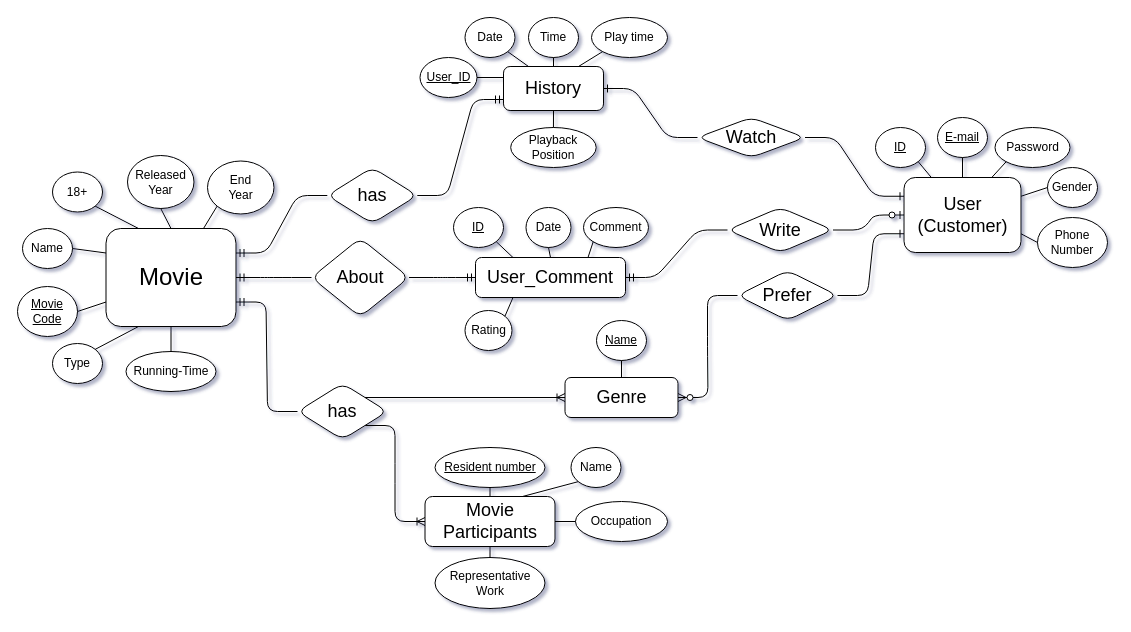
Above: Assignment1_ER_Modeling/Movie.drawio in hjpark83/DBMS (draw.io), before the change. Source tidied: cells renumbered, new cells numbered last; positions are measured from the earlier drawing's top-left corner, leaving out a move shared by most shapes. Both pictures are drawn from the tidied source at 100%, with x=0, y=0 at pixel (17, 17).
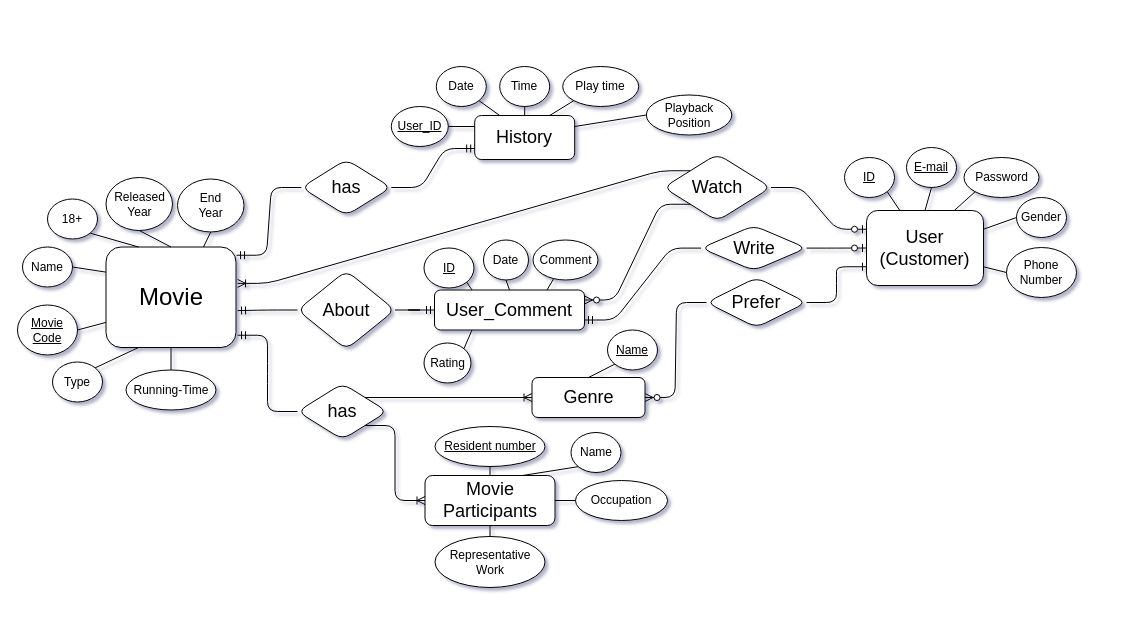
After the change.

The change refers to these unchanged cells:
```xml
<mxCell id="60" value="&lt;font style=&quot;font-size: 18px;&quot;&gt;has&lt;/font&gt;" style="shape=rhombus;perimeter=rhombusPerimeter;whiteSpace=wrap;html=1;align=center;rounded=1;" parent="1" vertex="1">
  <mxGeometry x="280" y="366" width="90" height="56" as="geometry" />
</mxCell>
```

Change to the diagram source:
```diff
@@
     <mxCell id="2" value="Type" style="ellipse;whiteSpace=wrap;html=1;align=center;rounded=1;" parent="1" vertex="1">
-      <mxGeometry x="35" y="326" width="50" height="40" as="geometry" />
+      <mxGeometry x="35" y="344.5" width="50" height="40" as="geometry" />
     </mxCell>
     <mxCell id="3" value="&lt;span style=&quot;font-size: 18px;&quot;&gt;User&lt;br&gt;(Customer)&lt;/span&gt;" style="whiteSpace=wrap;html=1;align=center;rounded=1;" parent="1" vertex="1">
-      <mxGeometry x="886.5" y="160" width="117" height="75" as="geometry" />
+      <mxGeometry x="849" y="193" width="117" height="75" as="geometry" />
     </mxCell>
     <mxCell id="4" value="&lt;font style=&quot;font-size: 18px;&quot;&gt;Movie Participants&lt;/font&gt;" style="whiteSpace=wrap;html=1;align=center;rounded=1;" parent="1" vertex="1">
-      <mxGeometry x="407.5" y="479" width="130" height="50" as="geometry" />
+      <mxGeometry x="407.5" y="458" width="130" height="50" as="geometry" />
     </mxCell>
     <mxCell id="5" value="&lt;u&gt;ID&lt;/u&gt;" style="ellipse;whiteSpace=wrap;html=1;align=center;rounded=1;" parent="1" vertex="1">
-      <mxGeometry x="858" y="110" width="50" height="40" as="geometry" />
+      <mxGeometry x="827" y="140" width="50" height="40" as="geometry" />
     </mxCell>
@@
     <mxCell id="7" value="&lt;u&gt;E-mail&lt;/u&gt;" style="ellipse;whiteSpace=wrap;html=1;align=center;rounded=1;" parent="1" vertex="1">
-      <mxGeometry x="920" y="100" width="50" height="40" as="geometry" />
+      <mxGeometry x="889" y="130" width="50" height="40" as="geometry" />
     </mxCell>
@@
     <mxCell id="9" value="Password" style="ellipse;whiteSpace=wrap;html=1;align=center;rounded=1;" parent="1" vertex="1">
-      <mxGeometry x="977.5" y="110" width="75" height="40" as="geometry" />
+      <mxGeometry x="946.5" y="140" width="75" height="40" as="geometry" />
     </mxCell>
@@
     <mxCell id="11" value="Gender" style="ellipse;whiteSpace=wrap;html=1;align=center;rounded=1;" parent="1" vertex="1">
-      <mxGeometry x="1030" y="150" width="50" height="40" as="geometry" />
+      <mxGeometry x="999" y="180" width="50" height="40" as="geometry" />
     </mxCell>
@@
     <mxCell id="13" value="Phone Number" style="ellipse;whiteSpace=wrap;html=1;align=center;rounded=1;" parent="1" vertex="1">
-      <mxGeometry x="1020" y="200" width="70" height="50" as="geometry" />
+      <mxGeometry x="989" y="230" width="70" height="50" as="geometry" />
     </mxCell>
@@
     <mxCell id="15" value="Name" style="ellipse;whiteSpace=wrap;html=1;align=center;rounded=1;" parent="1" vertex="1">
-      <mxGeometry x="5" y="211" width="50" height="40" as="geometry" />
+      <mxGeometry x="5" y="229.5" width="50" height="40" as="geometry" />
     </mxCell>
     <mxCell id="16" value="Running-Time" style="ellipse;whiteSpace=wrap;html=1;align=center;rounded=1;" parent="1" vertex="1">
-      <mxGeometry x="108.5" y="334" width="90" height="40" as="geometry" />
+      <mxGeometry x="108.5" y="352.5" width="90" height="40" as="geometry" />
     </mxCell>
     <mxCell id="17" value="Released&lt;br&gt;Year" style="ellipse;whiteSpace=wrap;html=1;align=center;rounded=1;" parent="1" vertex="1">
-      <mxGeometry x="110" y="138" width="66.5" height="53" as="geometry" />
+      <mxGeometry x="88.5" y="160" width="66.5" height="53" as="geometry" />
     </mxCell>
     <mxCell id="18" value="18+" style="ellipse;whiteSpace=wrap;html=1;align=center;rounded=1;" parent="1" vertex="1">
-      <mxGeometry x="35" y="154.5" width="50" height="40" as="geometry" />
+      <mxGeometry x="30" y="181.5" width="50" height="40" as="geometry" />
     </mxCell>
     <mxCell id="19" value="&lt;font style=&quot;font-size: 24px;&quot;&gt;Movie&lt;/font&gt;" style="whiteSpace=wrap;html=1;align=center;rounded=1;" parent="1" vertex="1">
-      <mxGeometry x="88.5" y="211" width="130" height="98" as="geometry" />
+      <mxGeometry x="88.5" y="229.5" width="130" height="100.5" as="geometry" />
     </mxCell>
     <mxCell id="20" value="&lt;font style=&quot;font-size: 18px;&quot;&gt;Prefer&lt;/font&gt;" style="shape=rhombus;perimeter=rhombusPerimeter;whiteSpace=wrap;html=1;align=center;rounded=1;" parent="1" vertex="1">
-      <mxGeometry x="720" y="253" width="100" height="50" as="geometry" />
+      <mxGeometry x="689" y="260" width="100" height="50" as="geometry" />
     </mxCell>
     <mxCell id="21" value="&lt;font style=&quot;font-size: 18px;&quot;&gt;User_Comment&lt;/font&gt;" style="whiteSpace=wrap;html=1;align=center;rounded=1;" parent="1" vertex="1">
-      <mxGeometry x="458" y="240" width="150" height="40" as="geometry" />
+      <mxGeometry x="417" y="272.5" width="150" height="40" as="geometry" />
     </mxCell>
     <mxCell id="22" value="Rating" style="ellipse;whiteSpace=wrap;html=1;align=center;rounded=1;" parent="1" vertex="1">
-      <mxGeometry x="447.5" y="293" width="47" height="40" as="geometry" />
+      <mxGeometry x="406.5" y="325.5" width="47" height="40" as="geometry" />
     </mxCell>
     <mxCell id="23" value="&lt;u&gt;ID&lt;/u&gt;" style="ellipse;whiteSpace=wrap;html=1;align=center;rounded=1;" parent="1" vertex="1">
-      <mxGeometry x="436" y="190" width="50" height="40" as="geometry" />
+      <mxGeometry x="406.5" y="230.5" width="50" height="40" as="geometry" />
     </mxCell>
     <mxCell id="24" value="&lt;u&gt;Movie&lt;br&gt;Code&lt;/u&gt;" style="ellipse;whiteSpace=wrap;html=1;align=center;rounded=1;" parent="1" vertex="1">
-      <mxGeometry y="269" width="60" height="50" as="geometry" />
+      <mxGeometry y="287.5" width="60" height="50" as="geometry" />
     </mxCell>
@@
     <mxCell id="31" value="Date" style="ellipse;whiteSpace=wrap;html=1;align=center;rounded=1;" parent="1" vertex="1">
-      <mxGeometry x="508.5" y="190" width="45" height="40" as="geometry" />
+      <mxGeometry x="466" y="222.5" width="45" height="40" as="geometry" />
     </mxCell>
     <mxCell id="32" value="Comment" style="ellipse;whiteSpace=wrap;html=1;align=center;rounded=1;" parent="1" vertex="1">
-      <mxGeometry x="566" y="190" width="65" height="40" as="geometry" />
+      <mxGeometry x="515.5" y="222.5" width="65" height="40" as="geometry" />
     </mxCell>
@@
-    <mxCell id="36" style="endArrow=none;html=1;rounded=1;entryX=0;entryY=1;entryDx=0;entryDy=0;exitX=0.75;exitY=0;exitDx=0;exitDy=0;" parent="1" edge="1" source="21" target="32">
+    <mxCell id="36" style="endArrow=none;html=1;rounded=1;exitX=0.75;exitY=0;exitDx=0;exitDy=0;entryX=0.315;entryY=0.975;entryDx=0;entryDy=0;entryPerimeter=0;" parent="1" edge="1" source="21" target="32">
       <mxGeometry relative="1" as="geometry" />
     </mxCell>
     <mxCell id="37" value="&lt;font style=&quot;font-size: 18px;&quot;&gt;Write&lt;/font&gt;" style="shape=rhombus;perimeter=rhombusPerimeter;whiteSpace=wrap;html=1;align=center;rounded=1;" parent="1" vertex="1">
-      <mxGeometry x="710" y="190" width="105.5" height="45" as="geometry" />
+      <mxGeometry x="683.5" y="208.1" width="105.5" height="45" as="geometry" />
     </mxCell>
     <mxCell id="38" value="&lt;span style=&quot;font-size: 18px;&quot;&gt;About&lt;/span&gt;" style="shape=rhombus;perimeter=rhombusPerimeter;whiteSpace=wrap;html=1;align=center;rounded=1;" parent="1" vertex="1">
-      <mxGeometry x="294" y="220.6" width="97.5" height="78.8" as="geometry" />
+      <mxGeometry x="280" y="253.1" width="97.5" height="78.8" as="geometry" />
     </mxCell>
@@
-    <mxCell id="43" style="edgeStyle=entityRelationEdgeStyle;fontSize=12;html=1;endArrow=ERmandOne;rounded=1;entryX=1;entryY=0.5;entryDx=0;entryDy=0;" parent="1" edge="1" source="37" target="21">
+    <mxCell id="43" style="edgeStyle=entityRelationEdgeStyle;fontSize=12;html=1;endArrow=ERmandOne;rounded=1;entryX=1;entryY=0.75;entryDx=0;entryDy=0;" parent="1" edge="1" source="37" target="21">
       <mxGeometry relative="1" as="geometry" />
     </mxCell>
-    <mxCell id="44" style="edgeStyle=entityRelationEdgeStyle;fontSize=12;html=1;endArrow=ERmandOne;rounded=1;entryX=1;entryY=0.5;entryDx=0;entryDy=0;exitX=0;exitY=0.5;exitDx=0;exitDy=0;" parent="1" edge="1" source="38" target="19">
+    <mxCell id="44" style="edgeStyle=entityRelationEdgeStyle;fontSize=12;html=1;endArrow=ERmandOne;rounded=1;entryX=1.012;entryY=0.633;entryDx=0;entryDy=0;exitX=0;exitY=0.5;exitDx=0;exitDy=0;entryPerimeter=0;" parent="1" edge="1" source="38" target="19">
       <mxGeometry relative="1" as="geometry">
         <Array as="points">
           <mxPoint x="321.5" y="322.5" />
         </Array>
       </mxGeometry>
     </mxCell>
     <mxCell id="45" style="edgeStyle=entityRelationEdgeStyle;fontSize=12;html=1;endArrow=ERmandOne;rounded=1;entryX=0;entryY=0.5;entryDx=0;entryDy=0;exitX=1;exitY=0.5;exitDx=0;exitDy=0;" parent="1" edge="1" source="38" target="21">
       <mxGeometry relative="1" as="geometry">
         <Array as="points">
-          <mxPoint x="337.2" y="323.6" />
+          <mxPoint x="338.2" y="356.1" />
         </Array>
       </mxGeometry>
     </mxCell>
     <mxCell id="46" value="Name" style="ellipse;whiteSpace=wrap;html=1;align=center;rounded=1;" parent="1" vertex="1">
-      <mxGeometry x="553.5" y="430" width="50" height="40" as="geometry" />
+      <mxGeometry x="553.5" y="415" width="50" height="40" as="geometry" />
     </mxCell>
     <mxCell id="47" value="Occupation" style="ellipse;whiteSpace=wrap;html=1;align=center;rounded=1;" parent="1" vertex="1">
-      <mxGeometry x="558" y="484" width="92" height="40" as="geometry" />
+      <mxGeometry x="558" y="463" width="92" height="40" as="geometry" />
     </mxCell>
     <mxCell id="48" value="Representative&lt;br&gt;Work" style="ellipse;whiteSpace=wrap;html=1;align=center;rounded=1;" parent="1" vertex="1">
-      <mxGeometry x="417.5" y="540" width="110" height="51" as="geometry" />
+      <mxGeometry x="417.5" y="519" width="110" height="51" as="geometry" />
     </mxCell>
     <mxCell id="49" value="&lt;u&gt;Resident number&lt;/u&gt;" style="ellipse;whiteSpace=wrap;html=1;align=center;rounded=1;" parent="1" vertex="1">
-      <mxGeometry x="417.5" y="430" width="110" height="40" as="geometry" />
+      <mxGeometry x="417.5" y="409" width="110" height="40" as="geometry" />
     </mxCell>
@@
     <mxCell id="54" value="End&lt;br&gt;Year" style="ellipse;whiteSpace=wrap;html=1;align=center;rounded=1;" parent="1" vertex="1">
-      <mxGeometry x="190" y="143.5" width="66.5" height="53" as="geometry" />
+      <mxGeometry x="160" y="161.5" width="66.5" height="53" as="geometry" />
     </mxCell>
-    <mxCell id="55" style="endArrow=none;html=1;rounded=1;entryX=0;entryY=1;entryDx=0;entryDy=0;exitX=0.75;exitY=0;exitDx=0;exitDy=0;" parent="1" edge="1" source="19" target="54">
+    <mxCell id="55" style="endArrow=none;html=1;rounded=1;entryX=0.5;entryY=1;entryDx=0;entryDy=0;exitX=0.75;exitY=0;exitDx=0;exitDy=0;" parent="1" edge="1" source="19" target="54">
       <mxGeometry relative="1" as="geometry" />
     </mxCell>
     <mxCell id="56" value="&lt;font style=&quot;font-size: 18px;&quot;&gt;Genre&lt;/font&gt;" style="whiteSpace=wrap;html=1;align=center;rounded=1;" parent="1" vertex="1">
-      <mxGeometry x="547.5" y="360" width="113" height="40" as="geometry" />
+      <mxGeometry x="514.5" y="360" width="113" height="40" as="geometry" />
     </mxCell>
     <mxCell id="57" value="&lt;font style=&quot;font-size: 18px;&quot;&gt;History&lt;/font&gt;" style="whiteSpace=wrap;html=1;align=center;rounded=1;" parent="1" vertex="1">
-      <mxGeometry x="486" y="49" width="100" height="44" as="geometry" />
+      <mxGeometry x="457.2" y="98" width="100" height="44" as="geometry" />
     </mxCell>
     <mxCell id="58" value="&lt;font style=&quot;font-size: 18px;&quot;&gt;Watch&lt;/font&gt;" style="shape=rhombus;perimeter=rhombusPerimeter;whiteSpace=wrap;html=1;align=center;rounded=1;" parent="1" vertex="1">
-      <mxGeometry x="680" y="100" width="107.5" height="40" as="geometry" />
+      <mxGeometry x="646" y="136.5" width="107.5" height="67" as="geometry" />
     </mxCell>
     <mxCell id="59" value="&lt;u&gt;Name&lt;/u&gt;" style="ellipse;whiteSpace=wrap;html=1;align=center;rounded=1;" parent="1" vertex="1">
-      <mxGeometry x="579" y="303" width="50" height="40" as="geometry" />
+      <mxGeometry x="590" y="312.5" width="50" height="40" as="geometry" />
     </mxCell>
@@
-    <mxCell id="61" style="edgeStyle=entityRelationEdgeStyle;fontSize=12;html=1;endArrow=ERmandOne;rounded=1;exitX=0;exitY=0.5;exitDx=0;exitDy=0;entryX=1;entryY=0.75;entryDx=0;entryDy=0;" parent="1" edge="1" source="60" target="19">
+    <mxCell id="61" style="edgeStyle=entityRelationEdgeStyle;fontSize=12;html=1;endArrow=ERmandOne;rounded=1;exitX=0;exitY=0.5;exitDx=0;exitDy=0;entryX=1.012;entryY=0.878;entryDx=0;entryDy=0;entryPerimeter=0;" parent="1" edge="1" source="60" target="19">
       <mxGeometry relative="1" as="geometry">
         <Array as="points">
           <mxPoint x="260" y="520" />
         </Array>
       </mxGeometry>
     </mxCell>
-    <mxCell id="62" style="endArrow=none;html=1;rounded=1;entryX=0.5;entryY=1;entryDx=0;entryDy=0;exitX=0.5;exitY=0;exitDx=0;exitDy=0;" parent="1" edge="1" source="56" target="59">
+    <mxCell id="62" style="endArrow=none;html=1;rounded=1;entryX=0.5;entryY=0;entryDx=0;entryDy=0;exitX=0;exitY=1;exitDx=0;exitDy=0;" parent="1" edge="1" source="59" target="56">
       <mxGeometry relative="1" as="geometry" />
     </mxCell>
-    <mxCell id="63" style="edgeStyle=entityRelationEdgeStyle;fontSize=12;html=1;endArrow=ERone;endFill=1;rounded=1;entryX=1;entryY=0.5;entryDx=0;entryDy=0;exitX=0;exitY=0.5;exitDx=0;exitDy=0;" parent="1" edge="1" source="58" target="57">
-      <mxGeometry relative="1" as="geometry" />
-    </mxCell>
-    <mxCell id="64" style="edgeStyle=entityRelationEdgeStyle;fontSize=12;html=1;endArrow=ERone;endFill=1;rounded=1;entryX=0;entryY=0.25;entryDx=0;entryDy=0;exitX=1;exitY=0.5;exitDx=0;exitDy=0;" parent="1" edge="1" source="58" target="3">
-      <mxGeometry relative="1" as="geometry">
-        <Array as="points">
-          <mxPoint x="770" y="400" />
-          <mxPoint x="810" y="300" />
-          <mxPoint x="850" y="397" />
-          <mxPoint x="820" y="360" />
-        </Array>
-      </mxGeometry>
-    </mxCell>
     <mxCell id="65" value="Date" style="ellipse;whiteSpace=wrap;html=1;align=center;rounded=1;" parent="1" vertex="1">
-      <mxGeometry x="447.5" width="50" height="40" as="geometry" />
+      <mxGeometry x="418.8" y="49" width="50" height="40" as="geometry" />
     </mxCell>
@@
     <mxCell id="67" value="Time" style="ellipse;whiteSpace=wrap;html=1;align=center;rounded=1;" parent="1" vertex="1">
-      <mxGeometry x="511" width="50" height="40" as="geometry" />
+      <mxGeometry x="482.2" y="49" width="50" height="40" as="geometry" />
     </mxCell>
     <mxCell id="68" value="Play time" style="ellipse;whiteSpace=wrap;html=1;align=center;rounded=1;" parent="1" vertex="1">
-      <mxGeometry x="574" width="76" height="40" as="geometry" />
+      <mxGeometry x="545.2" y="49" width="76" height="40" as="geometry" />
     </mxCell>
@@
     <mxCell id="72" value="&lt;u&gt;User_ID&lt;/u&gt;" style="ellipse;whiteSpace=wrap;html=1;align=center;rounded=1;" parent="1" vertex="1">
-      <mxGeometry x="402.5" y="40" width="57" height="40" as="geometry" />
+      <mxGeometry x="373.8" y="89" width="57" height="40" as="geometry" />
     </mxCell>
     <mxCell id="73" value="Playback&lt;br&gt;Position" style="ellipse;whiteSpace=wrap;html=1;align=center;rounded=1;" parent="1" vertex="1">
-      <mxGeometry x="493.2" y="110" width="85.5" height="40" as="geometry" />
+      <mxGeometry x="628.8" y="77.5" width="85.5" height="40" as="geometry" />
     </mxCell>
-    <mxCell id="74" style="endArrow=none;html=1;rounded=1;entryX=0.5;entryY=1;entryDx=0;entryDy=0;exitX=0.5;exitY=0;exitDx=0;exitDy=0;" parent="1" edge="1" source="73" target="57">
+    <mxCell id="74" style="endArrow=none;html=1;rounded=1;entryX=1;entryY=0.25;entryDx=0;entryDy=0;exitX=0;exitY=0.5;exitDx=0;exitDy=0;" parent="1" edge="1" source="73" target="57">
       <mxGeometry relative="1" as="geometry" />
     </mxCell>
     <mxCell id="75" style="edgeStyle=entityRelationEdgeStyle;fontSize=12;html=1;endArrow=ERmandOne;rounded=1;entryX=0;entryY=0.75;entryDx=0;entryDy=0;exitX=1;exitY=0.5;exitDx=0;exitDy=0;" parent="1" edge="1" source="76" target="57">
       <mxGeometry relative="1" as="geometry">
         <Array as="points">
-          <mxPoint x="347.2" y="333.6" />
+          <mxPoint x="364.8" y="366.1" />
         </Array>
       </mxGeometry>
     </mxCell>
     <mxCell id="76" value="&lt;font style=&quot;font-size: 18px;&quot;&gt;has&lt;/font&gt;" style="shape=rhombus;perimeter=rhombusPerimeter;whiteSpace=wrap;html=1;align=center;rounded=1;" parent="1" vertex="1">
-      <mxGeometry x="309.8" y="150" width="90" height="56" as="geometry" />
+      <mxGeometry x="283.8" y="142" width="90" height="56" as="geometry" />
     </mxCell>
-    <mxCell id="77" style="edgeStyle=entityRelationEdgeStyle;fontSize=12;html=1;endArrow=ERmandOne;rounded=1;entryX=1;entryY=0.25;entryDx=0;entryDy=0;exitX=0;exitY=0.5;exitDx=0;exitDy=0;" parent="1" edge="1" source="76" target="19">
+    <mxCell id="77" style="edgeStyle=entityRelationEdgeStyle;fontSize=12;html=1;endArrow=ERmandOne;rounded=1;entryX=1.004;entryY=0.082;entryDx=0;entryDy=0;exitX=0;exitY=0.5;exitDx=0;exitDy=0;entryPerimeter=0;" parent="1" edge="1" source="76" target="19">
       <mxGeometry relative="1" as="geometry">
         <Array as="points">
           <mxPoint x="331.5" y="332.5" />
         </Array>
       </mxGeometry>
     </mxCell>
@@
+    <mxCell id="64" style="edgeStyle=entityRelationEdgeStyle;fontSize=12;html=1;endArrow=ERzeroToOne;endFill=1;rounded=1;entryX=0;entryY=0.25;entryDx=0;entryDy=0;" parent="1" edge="1" source="58" target="3">
+      <mxGeometry relative="1" as="geometry" />
+    </mxCell>
+    <mxCell id="79" style="edgeStyle=entityRelationEdgeStyle;fontSize=12;html=1;endArrow=ERzeroToMany;endFill=1;rounded=1;exitX=0;exitY=1;exitDx=0;exitDy=0;entryX=1;entryY=0.25;entryDx=0;entryDy=0;" parent="1" edge="1" source="58" target="21">
+      <mxGeometry relative="1" as="geometry" />
+    </mxCell>
+    <mxCell id="80" style="edgeStyle=entityRelationEdgeStyle;fontSize=12;html=1;endArrow=ERoneToMany;rounded=1;entryX=1.012;entryY=0.362;entryDx=0;entryDy=0;exitX=0;exitY=0;exitDx=0;exitDy=0;entryPerimeter=0;" parent="1" edge="1" source="58" target="19">
+      <mxGeometry relative="1" as="geometry">
+        <Array as="points">
+          <mxPoint x="350" y="530" />
+        </Array>
+      </mxGeometry>
+    </mxCell>
```
